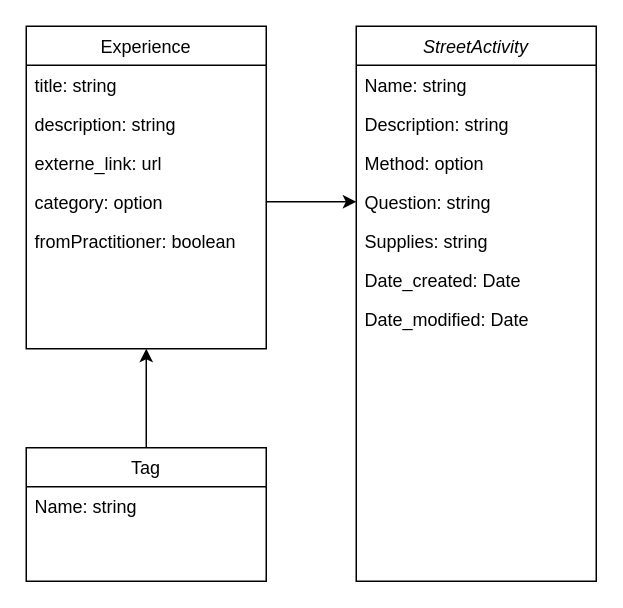
Above: architecture/streetactivity_domainmodel.drawio in MxTheo/travelingguestbook (draw.io), before the change. Source tidied: cells renumbered, new cells numbered last; positions are measured from the earlier drawing's top-left corner, leaving out a move shared by most shapes. Both pictures are drawn from the tidied source at 150%, with x=0, y=0 at pixel (26, 26).
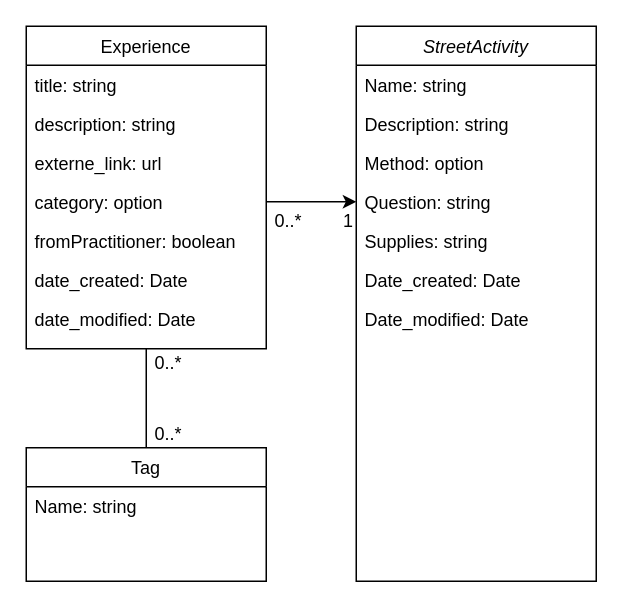
After the change.

Unchanged cells that the change refers to:
```xml
<mxCell id="11" value="Tag" style="swimlane;fontStyle=0;align=center;verticalAlign=top;horizontal=1;startSize=26;rounded=0;shadow=0;strokeWidth=1;" parent="1" vertex="1">
  <mxGeometry y="281" width="160" height="89" as="geometry" />
</mxCell>
<mxCell id="13" value="Experience" style="swimlane;fontStyle=0;align=center;verticalAlign=top;horizontal=1;startSize=26;rounded=0;shadow=0;strokeWidth=1;" parent="1" vertex="1">
  <mxGeometry width="160" height="215" as="geometry" />
</mxCell>
```

Diff of the diagram source:
```diff
@@
-    <mxCell id="10" style="edgeStyle=orthogonalEdgeStyle;rounded=0;jettySize=auto;html=1;entryX=0.5;entryY=1;entryDx=0;entryDy=0;" parent="1" edge="1" source="11" target="13">
-      <mxGeometry relative="1" as="geometry" />
-    </mxCell>
@@
+    <mxCell id="20" value="date_created: Date" style="text;align=left;verticalAlign=top;spacingLeft=4;spacingRight=4;overflow=hidden;rounded=0;shadow=0;html=0;" parent="13" vertex="1">
+      <mxGeometry y="156" width="160" height="26" as="geometry" />
+    </mxCell>
+    <mxCell id="21" value="date_modified: Date" style="text;align=left;verticalAlign=top;spacingLeft=4;spacingRight=4;overflow=hidden;rounded=0;shadow=0;html=0;" parent="13" vertex="1">
+      <mxGeometry y="182" width="160" height="26" as="geometry" />
+    </mxCell>
@@
+    <mxCell id="10" style="endArrow=none;html=1;rounded=0;exitX=0.5;exitY=0;exitDx=0;exitDy=0;entryX=0.5;entryY=1;entryDx=0;entryDy=0;" parent="1" edge="1" source="11" target="13">
+      <mxGeometry relative="1" as="geometry" />
+    </mxCell>
+    <mxCell id="22" value="0..*" style="text;html=1;align=center;verticalAlign=middle;whiteSpace=wrap;rounded=0;" parent="1" vertex="1">
+      <mxGeometry x="80" y="215" width="30" height="20" as="geometry" />
+    </mxCell>
+    <mxCell id="23" value="0..*" style="text;html=1;align=center;verticalAlign=middle;whiteSpace=wrap;rounded=0;" parent="1" vertex="1">
+      <mxGeometry x="80" y="262" width="30" height="19" as="geometry" />
+    </mxCell>
+    <mxCell id="24" value="0..*" style="text;html=1;align=center;verticalAlign=middle;whiteSpace=wrap;rounded=0;" parent="1" vertex="1">
+      <mxGeometry x="160" y="120" width="30" height="20" as="geometry" />
+    </mxCell>
+    <mxCell id="25" value="1" style="text;html=1;align=center;verticalAlign=middle;whiteSpace=wrap;rounded=0;" parent="1" vertex="1">
+      <mxGeometry x="210" y="120" width="10" height="20" as="geometry" />
+    </mxCell>
```
